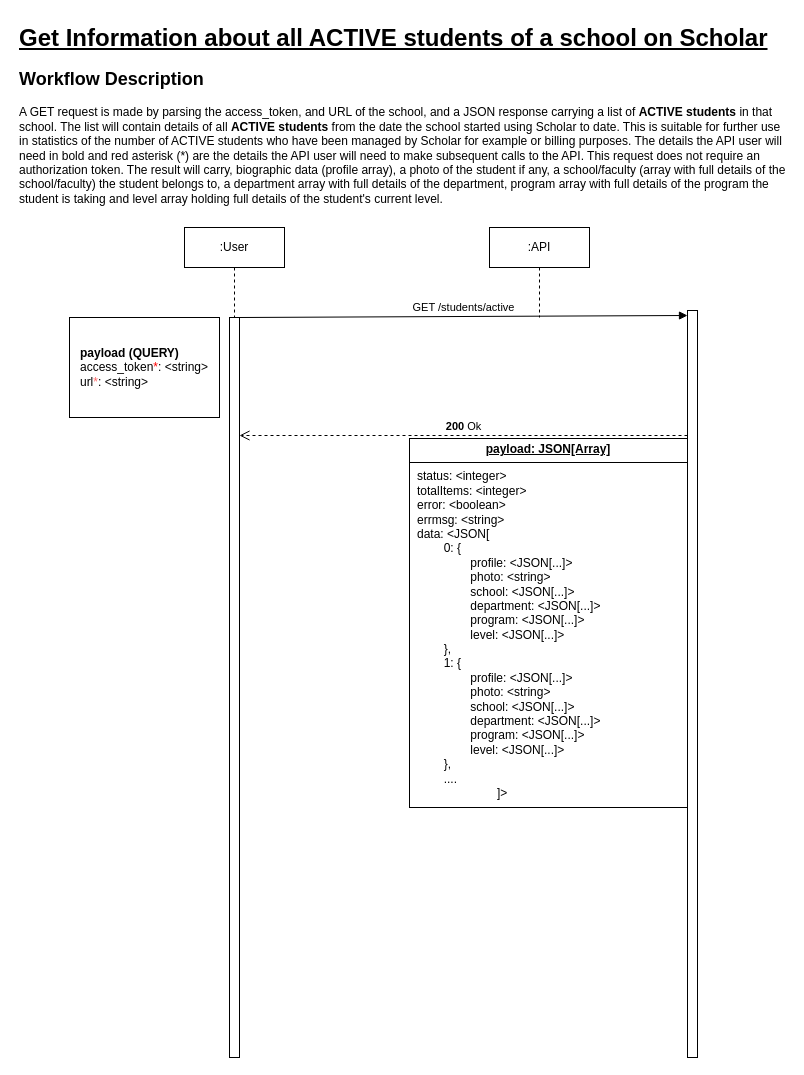
Earlier version of the draw.io diagram page "All Active Students Workflow" (6 of 11) of scholar-api-flows1.drawio (olougepa/scholar-api). Source tidied: cells renumbered, new cells numbered last; positions are measured from the earlier drawing's top-left corner, leaving out a move shared by most shapes. Both pictures are drawn from the tidied source at 100%, with x=0, y=0 at pixel (17, 17).
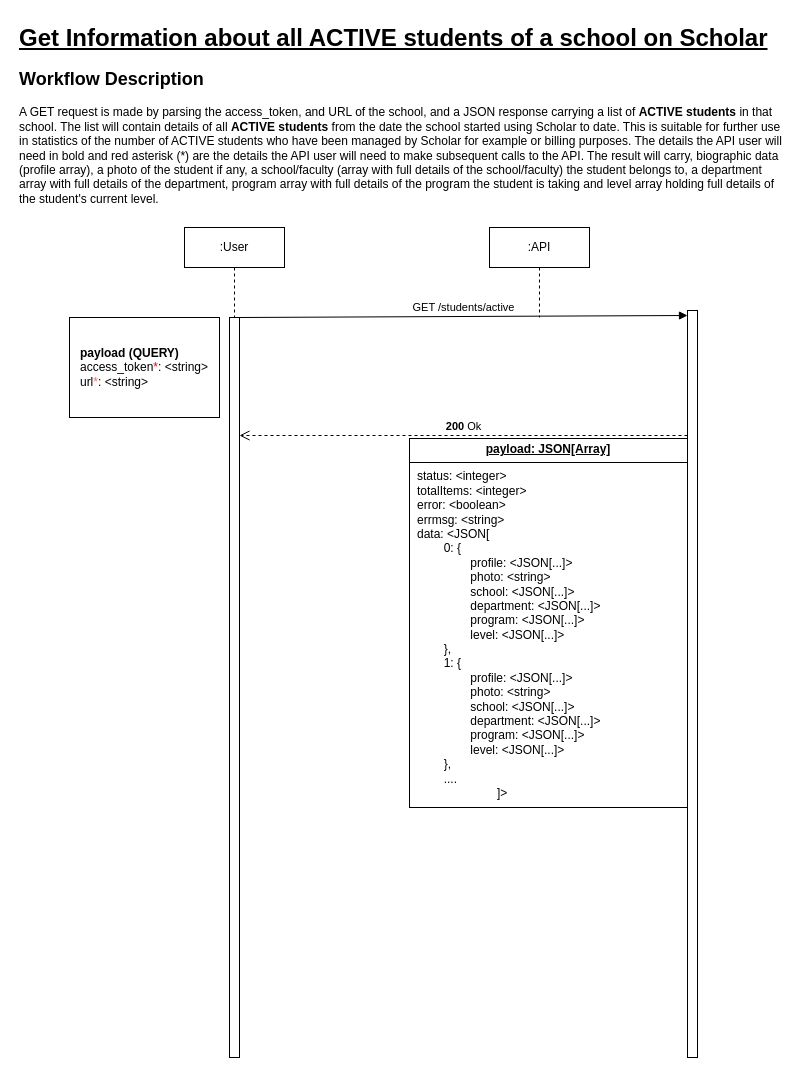
Above is the later version.

Diff of the diagram source:
```diff
@@
 <mxGraphModel>
   <root>
     <mxCell id="0" />
     <mxCell id="1" parent="0" />
     <mxCell id="2" style="html=1;points=[[0,0,0,0,5],[0,1,0,0,-5],[1,0,0,0,5],[1,1,0,0,-5]];perimeter=orthogonalPerimeter;outlineConnect=0;targetShapes=umlLifeline;portConstraint=eastwest;newEdgeStyle={&quot;curved&quot;:0,&quot;rounded&quot;:0};" parent="1" vertex="1">
       <mxGeometry x="670" y="293" width="10" height="747" as="geometry" />
     </mxCell>
     <mxCell id="3" value="GET /students/active" style="html=1;verticalAlign=bottom;endArrow=block;curved=0;rounded=0;entryX=0;entryY=0;entryDx=0;entryDy=5;" parent="1" edge="1" source="5" target="2">
       <mxGeometry relative="1" as="geometry" />
     </mxCell>
     <mxCell id="4" value="&lt;b&gt;200&lt;/b&gt; Ok" style="html=1;verticalAlign=bottom;endArrow=open;dashed=1;endSize=8;curved=0;rounded=0;" parent="1" edge="1" source="2">
       <mxGeometry relative="1" as="geometry">
         <mxPoint x="222" y="418" as="targetPoint" />
       </mxGeometry>
     </mxCell>
     <mxCell id="5" style="html=1;points=[[0,0,0,0,5],[0,1,0,0,-5],[1,0,0,0,5],[1,1,0,0,-5]];perimeter=orthogonalPerimeter;outlineConnect=0;targetShapes=umlLifeline;portConstraint=eastwest;newEdgeStyle={&quot;curved&quot;:0,&quot;rounded&quot;:0};" parent="1" vertex="1">
       <mxGeometry x="212" y="300" width="10" height="740" as="geometry" />
     </mxCell>
     <mxCell id="6" value="&lt;p style=&quot;margin:0px;margin-top:4px;text-align:center;text-decoration:underline;&quot;&gt;&lt;b&gt;payload: JSON[Array]&lt;/b&gt;&lt;/p&gt;&lt;hr size=&quot;1&quot; style=&quot;border-style:solid;&quot;&gt;&lt;p style=&quot;margin:0px;margin-left:8px;&quot;&gt;status: &amp;lt;integer&amp;gt;&lt;/p&gt;&lt;p style=&quot;margin:0px;margin-left:8px;&quot;&gt;totalItems: &amp;lt;integer&amp;gt;&lt;/p&gt;&lt;p style=&quot;margin:0px;margin-left:8px;&quot;&gt;error: &amp;lt;boolean&amp;gt;&lt;/p&gt;&lt;p style=&quot;margin:0px;margin-left:8px;&quot;&gt;errmsg: &amp;lt;string&amp;gt;&lt;/p&gt;&lt;p style=&quot;margin:0px;margin-left:8px;&quot;&gt;data: &amp;lt;JSON[&lt;/p&gt;&lt;p style=&quot;margin:0px;margin-left:8px;&quot;&gt;&lt;span style=&quot;white-space: pre;&quot;&gt;&#9;&lt;/span&gt;0: {&lt;br&gt;&lt;/p&gt;&lt;p style=&quot;margin:0px;margin-left:8px;&quot;&gt;&lt;span style=&quot;white-space: pre;&quot;&gt;&#9;&lt;/span&gt;&lt;span style=&quot;white-space: pre;&quot;&gt;&#9;&lt;/span&gt;profile: &amp;lt;JSON[...]&amp;gt;&lt;br&gt;&lt;/p&gt;&lt;p style=&quot;margin:0px;margin-left:8px;&quot;&gt;&lt;span style=&quot;white-space: pre;&quot;&gt;&#9;&lt;/span&gt;&lt;span style=&quot;white-space: pre;&quot;&gt;&#9;&lt;/span&gt;photo: &amp;lt;string&amp;gt;&lt;br&gt;&lt;/p&gt;&lt;p style=&quot;margin:0px;margin-left:8px;&quot;&gt;&lt;span style=&quot;white-space: pre;&quot;&gt;&#9;&lt;/span&gt;&lt;span style=&quot;white-space: pre;&quot;&gt;&#9;&lt;/span&gt;school: &amp;lt;JSON[...]&amp;gt;&lt;br&gt;&lt;/p&gt;&lt;p style=&quot;margin:0px;margin-left:8px;&quot;&gt;&lt;span style=&quot;white-space: pre;&quot;&gt;&#9;&lt;/span&gt;&lt;span style=&quot;white-space: pre;&quot;&gt;&#9;&lt;/span&gt;department: &amp;lt;JSON[...]&amp;gt;&lt;br&gt;&lt;/p&gt;&lt;p style=&quot;margin:0px;margin-left:8px;&quot;&gt;&lt;span style=&quot;white-space: pre;&quot;&gt;&#9;&lt;/span&gt;&lt;span style=&quot;white-space: pre;&quot;&gt;&#9;&lt;/span&gt;program: &amp;lt;JSON[...]&amp;gt;&lt;br&gt;&lt;/p&gt;&lt;p style=&quot;margin:0px;margin-left:8px;&quot;&gt;&lt;span style=&quot;white-space: pre;&quot;&gt;&#9;&lt;/span&gt;&lt;span style=&quot;white-space: pre;&quot;&gt;&#9;&lt;/span&gt;level: &amp;lt;JSON[...]&amp;gt;&lt;br&gt;&lt;/p&gt;&lt;p style=&quot;margin:0px;margin-left:8px;&quot;&gt;&lt;span style=&quot;white-space: pre;&quot;&gt;&#9;&lt;/span&gt;},&lt;br&gt;&lt;/p&gt;&lt;p style=&quot;margin:0px;margin-left:8px;&quot;&gt;&lt;span style=&quot;white-space: pre;&quot;&gt;&lt;span style=&quot;white-space: pre;&quot;&gt;&#9;&lt;/span&gt;1: &lt;/span&gt;&lt;span style=&quot;background-color: initial;&quot;&gt;{&lt;/span&gt;&lt;/p&gt;&lt;p style=&quot;margin: 0px 0px 0px 8px;&quot;&gt;&lt;span style=&quot;white-space: pre;&quot;&gt;&#9;&lt;/span&gt;&lt;span style=&quot;white-space: pre;&quot;&gt;&#9;&lt;/span&gt;profile: &amp;lt;JSON[...]&amp;gt;&lt;br&gt;&lt;/p&gt;&lt;p style=&quot;margin: 0px 0px 0px 8px;&quot;&gt;&lt;span style=&quot;white-space: pre;&quot;&gt;&#9;&lt;/span&gt;&lt;span style=&quot;white-space: pre;&quot;&gt;&#9;&lt;/span&gt;photo: &amp;lt;string&amp;gt;&lt;br&gt;&lt;/p&gt;&lt;p style=&quot;margin: 0px 0px 0px 8px;&quot;&gt;&lt;span style=&quot;white-space: pre;&quot;&gt;&#9;&lt;/span&gt;&lt;span style=&quot;white-space: pre;&quot;&gt;&#9;&lt;/span&gt;school: &amp;lt;JSON[...]&amp;gt;&lt;br&gt;&lt;/p&gt;&lt;p style=&quot;margin: 0px 0px 0px 8px;&quot;&gt;&lt;span style=&quot;white-space: pre;&quot;&gt;&#9;&lt;/span&gt;&lt;span style=&quot;white-space: pre;&quot;&gt;&#9;&lt;/span&gt;department: &amp;lt;JSON[...]&amp;gt;&lt;br&gt;&lt;/p&gt;&lt;p style=&quot;margin: 0px 0px 0px 8px;&quot;&gt;&lt;span style=&quot;white-space: pre;&quot;&gt;&#9;&lt;/span&gt;&lt;span style=&quot;white-space: pre;&quot;&gt;&#9;&lt;/span&gt;program: &amp;lt;JSON[...]&amp;gt;&lt;br&gt;&lt;/p&gt;&lt;p style=&quot;margin: 0px 0px 0px 8px;&quot;&gt;&lt;span style=&quot;white-space: pre;&quot;&gt;&#9;&lt;/span&gt;&lt;span style=&quot;white-space: pre;&quot;&gt;&#9;&lt;/span&gt;level: &amp;lt;JSON[...]&amp;gt;&lt;br&gt;&lt;/p&gt;&lt;p style=&quot;margin:0px;margin-left:8px;&quot;&gt;&lt;span style=&quot;background-color: initial; white-space: pre;&quot;&gt;&#9;&lt;/span&gt;&lt;span style=&quot;background-color: initial;&quot;&gt;},&lt;/span&gt;&lt;/p&gt;&lt;p style=&quot;margin:0px;margin-left:8px;&quot;&gt;&lt;span style=&quot;white-space: pre;&quot;&gt;&lt;span style=&quot;white-space: pre;&quot;&gt;&#9;&lt;/span&gt;....&#9;&lt;/span&gt;&lt;br&gt;&lt;/p&gt;&lt;blockquote style=&quot;margin: 0 0 0 40px; border: none; padding: 0px;&quot;&gt;&lt;blockquote style=&quot;margin: 0 0 0 40px; border: none; padding: 0px;&quot;&gt;&lt;p style=&quot;margin: 0px 0px 0px 8px;&quot;&gt;&lt;span style=&quot;background-color: initial;&quot;&gt;]&amp;gt;&lt;/span&gt;&lt;/p&gt;&lt;/blockquote&gt;&lt;/blockquote&gt;" style="verticalAlign=top;align=left;overflow=fill;html=1;whiteSpace=wrap;" parent="1" vertex="1">
       <mxGeometry x="392" y="421" width="278" height="369" as="geometry" />
     </mxCell>
     <mxCell id="7" value=":User" style="shape=umlLifeline;perimeter=lifelinePerimeter;whiteSpace=wrap;html=1;newEdgeStyle={&quot;curved&quot;:0,&quot;rounded&quot;:0};" parent="1" vertex="1">
       <mxGeometry x="167" y="210" width="100" height="90" as="geometry" />
     </mxCell>
     <mxCell id="8" value=":API" style="shape=umlLifeline;perimeter=lifelinePerimeter;whiteSpace=wrap;html=1;newEdgeStyle={&quot;curved&quot;:0,&quot;rounded&quot;:0};" parent="1" vertex="1">
       <mxGeometry x="472" y="210" width="100" height="90" as="geometry" />
     </mxCell>
     <mxCell id="9" value="&lt;div style=&quot;text-align: left;&quot;&gt;&lt;b style=&quot;background-color: initial;&quot;&gt;payload (QUERY)&lt;/b&gt;&lt;/div&gt;&lt;div style=&quot;text-align: left;&quot;&gt;access_token&lt;font color=&quot;#ff0000&quot;&gt;*&lt;/font&gt;: &amp;lt;string&amp;gt;&lt;/div&gt;&lt;div style=&quot;text-align: left;&quot;&gt;url&lt;font color=&quot;#ff6666&quot;&gt;*&lt;/font&gt;: &amp;lt;string&amp;gt;&lt;/div&gt;" style="html=1;whiteSpace=wrap;" parent="1" vertex="1">
       <mxGeometry x="52" y="300" width="150" height="100" as="geometry" />
     </mxCell>
-    <mxCell id="10" value="&lt;h1 style=&quot;margin-top: 0px;&quot;&gt;&lt;u&gt;Get Information about all ACTIVE students of a school on Scholar&lt;/u&gt;&lt;/h1&gt;&lt;h2 style=&quot;margin-top: 0px;&quot;&gt;Workflow Description&lt;/h2&gt;&lt;p&gt;A GET request is made by parsing the access_token, and URL of the school, and a JSON response carrying a list of &lt;b&gt;ACTIVE&lt;/b&gt; &lt;b&gt;students&lt;/b&gt; in that school. The list will contain details of all &lt;b&gt;ACTIVE students&lt;/b&gt; from the date the school started using Scholar to date. This is suitable for further use in statistics of the number of ACTIVE students who have been managed by Scholar for example or billing purposes. The details the API user will need in bold and red asterisk (*) are the details the API user will need to make subsequent calls to the API. This request does not require an authorization token. The result will carry, biographic data (profile array), a photo of the student if any, a school/faculty (array with full details of the school/faculty) the student belongs to, a department array with full details of the department, program array with full details of the program the student is taking and level array holding full details of the student's current level.&lt;/p&gt;" style="text;html=1;whiteSpace=wrap;overflow=hidden;rounded=0;" parent="1" vertex="1">
+    <mxCell id="10" value="&lt;h1 style=&quot;margin-top: 0px;&quot;&gt;&lt;u&gt;Get Information about all ACTIVE students of a school on Scholar&lt;/u&gt;&lt;/h1&gt;&lt;h2 style=&quot;margin-top: 0px;&quot;&gt;Workflow Description&lt;/h2&gt;&lt;p&gt;A GET request is made by parsing the access_token, and URL of the school, and a JSON response carrying a list of &lt;b&gt;ACTIVE&lt;/b&gt; &lt;b&gt;students&lt;/b&gt; in that school. The list will contain details of all &lt;b&gt;ACTIVE students&lt;/b&gt; from the date the school started using Scholar to date. This is suitable for further use in statistics of the number of ACTIVE students who have been managed by Scholar for example or billing purposes. The details the API user will need in bold and red asterisk (*) are the details the API user will need to make subsequent calls to the API. The result will carry, biographic data (profile array), a photo of the student if any, a school/faculty (array with full details of the school/faculty) the student belongs to, a department array with full details of the department, program array with full details of the program the student is taking and level array holding full details of the student's current level.&lt;/p&gt;" style="text;html=1;whiteSpace=wrap;overflow=hidden;rounded=0;" parent="1" vertex="1">
       <mxGeometry width="770" height="190" as="geometry" />
     </mxCell>
   </root>
 </mxGraphModel>
```
